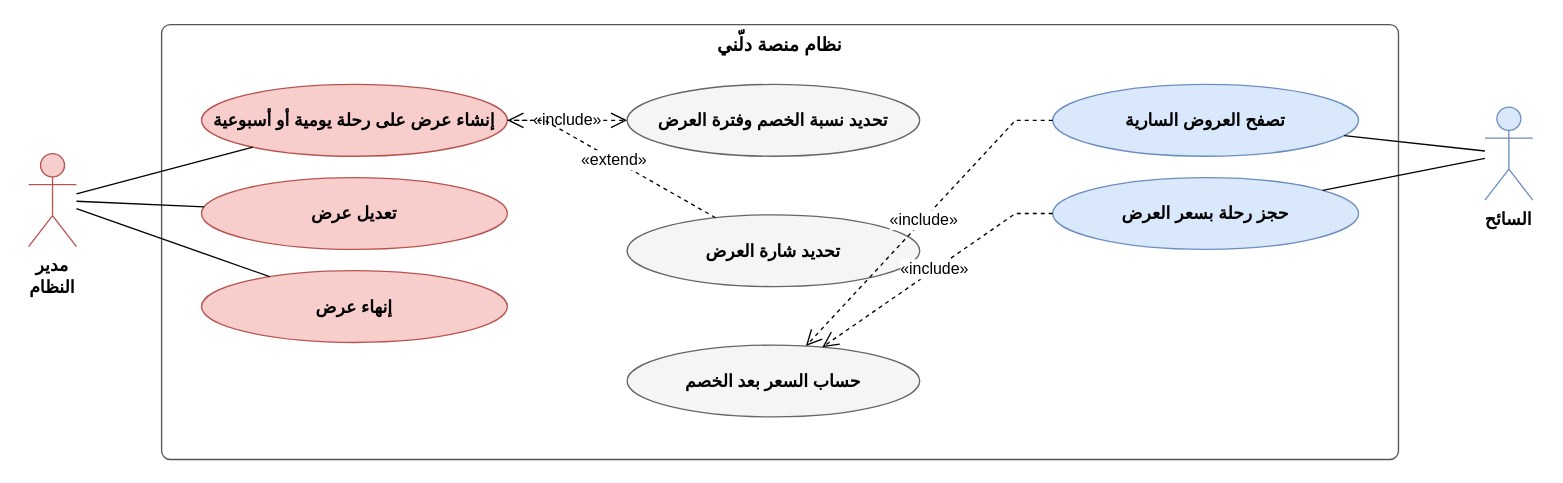
masara-prog/Delni-project keeps this draw.io diagram as مخططات_التحليل_drawio/uc10_offers.drawio. Above is the earlier version. Source tidied: cells renumbered, new cells numbered last; positions are measured from the earlier drawing's top-left corner, leaving out a move shared by most shapes. Both pictures are drawn from the tidied source at 133%, with x=0, y=0 at pixel (28, 24).
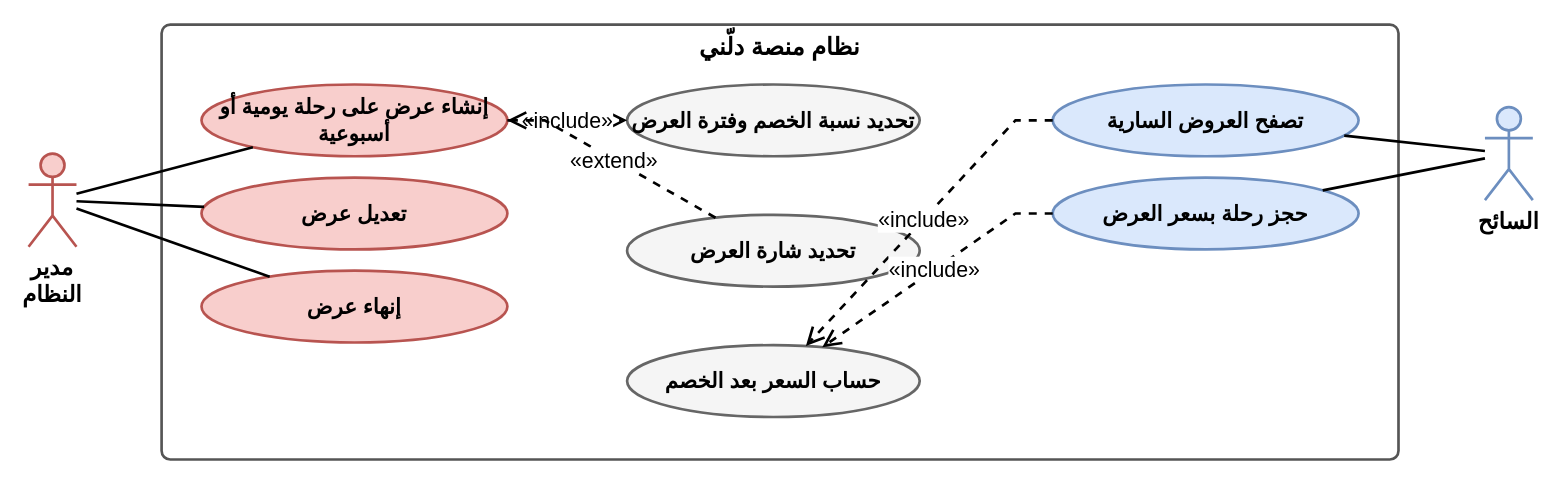
Above is the later version.

Change to the diagram source:
```diff
@@
-    <mxCell id="2" value="إنشاء عرض على رحلة يومية أو أسبوعية" style="ellipse;html=1;whiteSpace=wrap;fontFamily=Arial;fontSize=13;fontStyle=1;fillColor=#f8cecc;strokeColor=#b85450;" parent="1" vertex="1">
+    <mxCell id="2" value="إنشاء عرض على رحلة يومية أو أسبوعية" style="ellipse;html=1;whiteSpace=wrap;fontFamily=Arial;fontSize=16;fontStyle=1;fillColor=#f8cecc;strokeColor=#b85450;strokeWidth=2;" parent="1" vertex="1">
       <mxGeometry x="130" y="45" width="230" height="54" as="geometry" />
     </mxCell>
-    <mxCell id="3" value="تعديل عرض" style="ellipse;html=1;whiteSpace=wrap;fontFamily=Arial;fontSize=13;fontStyle=1;fillColor=#f8cecc;strokeColor=#b85450;" parent="1" vertex="1">
+    <mxCell id="3" value="تعديل عرض" style="ellipse;html=1;whiteSpace=wrap;fontFamily=Arial;fontSize=16;fontStyle=1;fillColor=#f8cecc;strokeColor=#b85450;strokeWidth=2;" parent="1" vertex="1">
       <mxGeometry x="130" y="115" width="230" height="54" as="geometry" />
     </mxCell>
-    <mxCell id="4" value="إنهاء عرض" style="ellipse;html=1;whiteSpace=wrap;fontFamily=Arial;fontSize=13;fontStyle=1;fillColor=#f8cecc;strokeColor=#b85450;" parent="1" vertex="1">
+    <mxCell id="4" value="إنهاء عرض" style="ellipse;html=1;whiteSpace=wrap;fontFamily=Arial;fontSize=16;fontStyle=1;fillColor=#f8cecc;strokeColor=#b85450;strokeWidth=2;" parent="1" vertex="1">
       <mxGeometry x="130" y="185" width="230" height="54" as="geometry" />
     </mxCell>
-    <mxCell id="5" value="مدير النظام" style="shape=umlActor;verticalLabelPosition=bottom;verticalAlign=top;html=1;whiteSpace=wrap;fontFamily=Arial;fontSize=13;fontStyle=1;fillColor=#f8cecc;strokeColor=#b85450;" parent="1" vertex="1">
+    <mxCell id="5" value="مدير النظام" style="shape=umlActor;verticalLabelPosition=bottom;verticalAlign=top;html=1;whiteSpace=wrap;fontFamily=Arial;fontSize=17;fontStyle=1;fillColor=#f8cecc;strokeColor=#b85450;strokeWidth=2;" parent="1" vertex="1">
       <mxGeometry y="97" width="36" height="70" as="geometry" />
     </mxCell>
-    <mxCell id="6" value="تصفح العروض السارية" style="ellipse;html=1;whiteSpace=wrap;fontFamily=Arial;fontSize=13;fontStyle=1;fillColor=#dae8fc;strokeColor=#6c8ebf;" parent="1" vertex="1">
+    <mxCell id="6" value="تصفح العروض السارية" style="ellipse;html=1;whiteSpace=wrap;fontFamily=Arial;fontSize=16;fontStyle=1;fillColor=#dae8fc;strokeColor=#6c8ebf;strokeWidth=2;" parent="1" vertex="1">
       <mxGeometry x="770" y="45" width="230" height="54" as="geometry" />
     </mxCell>
-    <mxCell id="7" value="حجز رحلة بسعر العرض" style="ellipse;html=1;whiteSpace=wrap;fontFamily=Arial;fontSize=13;fontStyle=1;fillColor=#dae8fc;strokeColor=#6c8ebf;" parent="1" vertex="1">
+    <mxCell id="7" value="حجز رحلة بسعر العرض" style="ellipse;html=1;whiteSpace=wrap;fontFamily=Arial;fontSize=16;fontStyle=1;fillColor=#dae8fc;strokeColor=#6c8ebf;strokeWidth=2;" parent="1" vertex="1">
       <mxGeometry x="770" y="115" width="230" height="54" as="geometry" />
     </mxCell>
-    <mxCell id="8" value="السائح" style="shape=umlActor;verticalLabelPosition=bottom;verticalAlign=top;html=1;whiteSpace=wrap;fontFamily=Arial;fontSize=13;fontStyle=1;fillColor=#dae8fc;strokeColor=#6c8ebf;" parent="1" vertex="1">
+    <mxCell id="8" value="السائح" style="shape=umlActor;verticalLabelPosition=bottom;verticalAlign=top;html=1;whiteSpace=wrap;fontFamily=Arial;fontSize=17;fontStyle=1;fillColor=#dae8fc;strokeColor=#6c8ebf;strokeWidth=2;" parent="1" vertex="1">
       <mxGeometry x="1095" y="62" width="36" height="70" as="geometry" />
     </mxCell>
-    <mxCell id="9" value="تحديد نسبة الخصم وفترة العرض" style="ellipse;html=1;whiteSpace=wrap;fontFamily=Arial;fontSize=13;fontStyle=1;fillColor=#f5f5f5;strokeColor=#666666;" parent="1" vertex="1">
+    <mxCell id="9" value="تحديد نسبة الخصم وفترة العرض" style="ellipse;html=1;whiteSpace=wrap;fontFamily=Arial;fontSize=16;fontStyle=1;fillColor=#f5f5f5;strokeColor=#666666;strokeWidth=2;" parent="1" vertex="1">
       <mxGeometry x="450" y="45" width="220" height="54" as="geometry" />
     </mxCell>
-    <mxCell id="10" value="تحديد شارة العرض" style="ellipse;html=1;whiteSpace=wrap;fontFamily=Arial;fontSize=13;fontStyle=1;fillColor=#f5f5f5;strokeColor=#666666;" parent="1" vertex="1">
+    <mxCell id="10" value="تحديد شارة العرض" style="ellipse;html=1;whiteSpace=wrap;fontFamily=Arial;fontSize=16;fontStyle=1;fillColor=#f5f5f5;strokeColor=#666666;strokeWidth=2;" parent="1" vertex="1">
       <mxGeometry x="450" y="143" width="220" height="54" as="geometry" />
     </mxCell>
-    <mxCell id="11" value="حساب السعر بعد الخصم" style="ellipse;html=1;whiteSpace=wrap;fontFamily=Arial;fontSize=13;fontStyle=1;fillColor=#f5f5f5;strokeColor=#666666;" parent="1" vertex="1">
+    <mxCell id="11" value="حساب السعر بعد الخصم" style="ellipse;html=1;whiteSpace=wrap;fontFamily=Arial;fontSize=16;fontStyle=1;fillColor=#f5f5f5;strokeColor=#666666;strokeWidth=2;" parent="1" vertex="1">
       <mxGeometry x="450" y="241" width="220" height="54" as="geometry" />
     </mxCell>
-    <mxCell id="12" value="نظام منصة دلّني" style="rounded=1;arcSize=2;verticalAlign=top;fillColor=none;html=1;whiteSpace=wrap;fontFamily=Arial;fontSize=14;fontStyle=1;strokeColor=#555555;" parent="1" vertex="1">
+    <mxCell id="12" value="نظام منصة دلّني" style="rounded=1;arcSize=2;verticalAlign=top;fillColor=none;html=1;whiteSpace=wrap;fontFamily=Arial;fontSize=18;fontStyle=1;strokeColor=#555555;strokeWidth=2;" parent="1" vertex="1">
       <mxGeometry x="100" width="930" height="327" as="geometry" />
     </mxCell>
-    <mxCell id="13" style="endArrow=none;html=1;rounded=0;fontFamily=Arial;fontSize=12;labelBackgroundColor=#ffffff;" parent="1" edge="1" source="5" target="2">
+    <mxCell id="13" style="endArrow=none;html=1;rounded=0;fontFamily=Arial;fontSize=16;labelBackgroundColor=#ffffff;strokeWidth=2;" parent="1" edge="1" source="5" target="2">
       <mxGeometry relative="1" as="geometry" />
     </mxCell>
-    <mxCell id="14" style="endArrow=none;html=1;rounded=0;fontFamily=Arial;fontSize=12;labelBackgroundColor=#ffffff;" parent="1" edge="1" source="5" target="3">
+    <mxCell id="14" style="endArrow=none;html=1;rounded=0;fontFamily=Arial;fontSize=16;labelBackgroundColor=#ffffff;strokeWidth=2;" parent="1" edge="1" source="5" target="3">
       <mxGeometry relative="1" as="geometry" />
     </mxCell>
-    <mxCell id="15" style="endArrow=none;html=1;rounded=0;fontFamily=Arial;fontSize=12;labelBackgroundColor=#ffffff;" parent="1" edge="1" source="5" target="4">
+    <mxCell id="15" style="endArrow=none;html=1;rounded=0;fontFamily=Arial;fontSize=16;labelBackgroundColor=#ffffff;strokeWidth=2;" parent="1" edge="1" source="5" target="4">
       <mxGeometry relative="1" as="geometry" />
     </mxCell>
-    <mxCell id="16" style="endArrow=none;html=1;rounded=0;fontFamily=Arial;fontSize=12;labelBackgroundColor=#ffffff;" parent="1" edge="1" source="8" target="6">
+    <mxCell id="16" style="endArrow=none;html=1;rounded=0;fontFamily=Arial;fontSize=16;labelBackgroundColor=#ffffff;strokeWidth=2;" parent="1" edge="1" source="8" target="6">
       <mxGeometry relative="1" as="geometry" />
     </mxCell>
-    <mxCell id="17" style="endArrow=none;html=1;rounded=0;fontFamily=Arial;fontSize=12;labelBackgroundColor=#ffffff;" parent="1" edge="1" source="8" target="7">
+    <mxCell id="17" style="endArrow=none;html=1;rounded=0;fontFamily=Arial;fontSize=16;labelBackgroundColor=#ffffff;strokeWidth=2;" parent="1" edge="1" source="8" target="7">
       <mxGeometry relative="1" as="geometry" />
     </mxCell>
-    <mxCell id="18" value="«include»" style="dashed=1;endArrow=open;endSize=10;html=1;rounded=0;fontFamily=Arial;fontSize=12;labelBackgroundColor=#ffffff;" parent="1" edge="1" source="2" target="9">
+    <mxCell id="18" value="«include»" style="dashed=1;endArrow=open;endSize=10;html=1;rounded=0;fontFamily=Arial;fontSize=16;labelBackgroundColor=#ffffff;strokeWidth=2;" parent="1" edge="1" source="2" target="9">
       <mxGeometry relative="1" as="geometry">
         <Array as="points">
           <mxPoint x="388" y="72" />
         </Array>
       </mxGeometry>
     </mxCell>
-    <mxCell id="19" value="«extend»" style="dashed=1;endArrow=open;endSize=10;html=1;rounded=0;fontFamily=Arial;fontSize=12;labelBackgroundColor=#ffffff;" parent="1" edge="1" source="10" target="2">
+    <mxCell id="19" value="«extend»" style="dashed=1;endArrow=open;endSize=10;html=1;rounded=0;fontFamily=Arial;fontSize=16;labelBackgroundColor=#ffffff;strokeWidth=2;" parent="1" edge="1" source="10" target="2">
       <mxGeometry relative="1" as="geometry">
         <Array as="points">
           <mxPoint x="388" y="72" />
         </Array>
       </mxGeometry>
     </mxCell>
-    <mxCell id="20" value="«include»" style="dashed=1;endArrow=open;endSize=10;html=1;rounded=0;fontFamily=Arial;fontSize=12;labelBackgroundColor=#ffffff;" parent="1" edge="1" source="6" target="11">
+    <mxCell id="20" value="«include»" style="dashed=1;endArrow=open;endSize=10;html=1;rounded=0;fontFamily=Arial;fontSize=16;labelBackgroundColor=#ffffff;strokeWidth=2;" parent="1" edge="1" source="6" target="11">
       <mxGeometry relative="1" as="geometry">
         <Array as="points">
           <mxPoint x="742" y="72" />
         </Array>
       </mxGeometry>
     </mxCell>
-    <mxCell id="21" value="«include»" style="dashed=1;endArrow=open;endSize=10;html=1;rounded=0;fontFamily=Arial;fontSize=12;labelBackgroundColor=#ffffff;" parent="1" edge="1" source="7" target="11">
+    <mxCell id="21" value="«include»" style="dashed=1;endArrow=open;endSize=10;html=1;rounded=0;fontFamily=Arial;fontSize=16;labelBackgroundColor=#ffffff;strokeWidth=2;" parent="1" edge="1" source="7" target="11">
       <mxGeometry relative="1" as="geometry">
         <Array as="points">
           <mxPoint x="742" y="142" />
         </Array>
       </mxGeometry>
     </mxCell>
```
